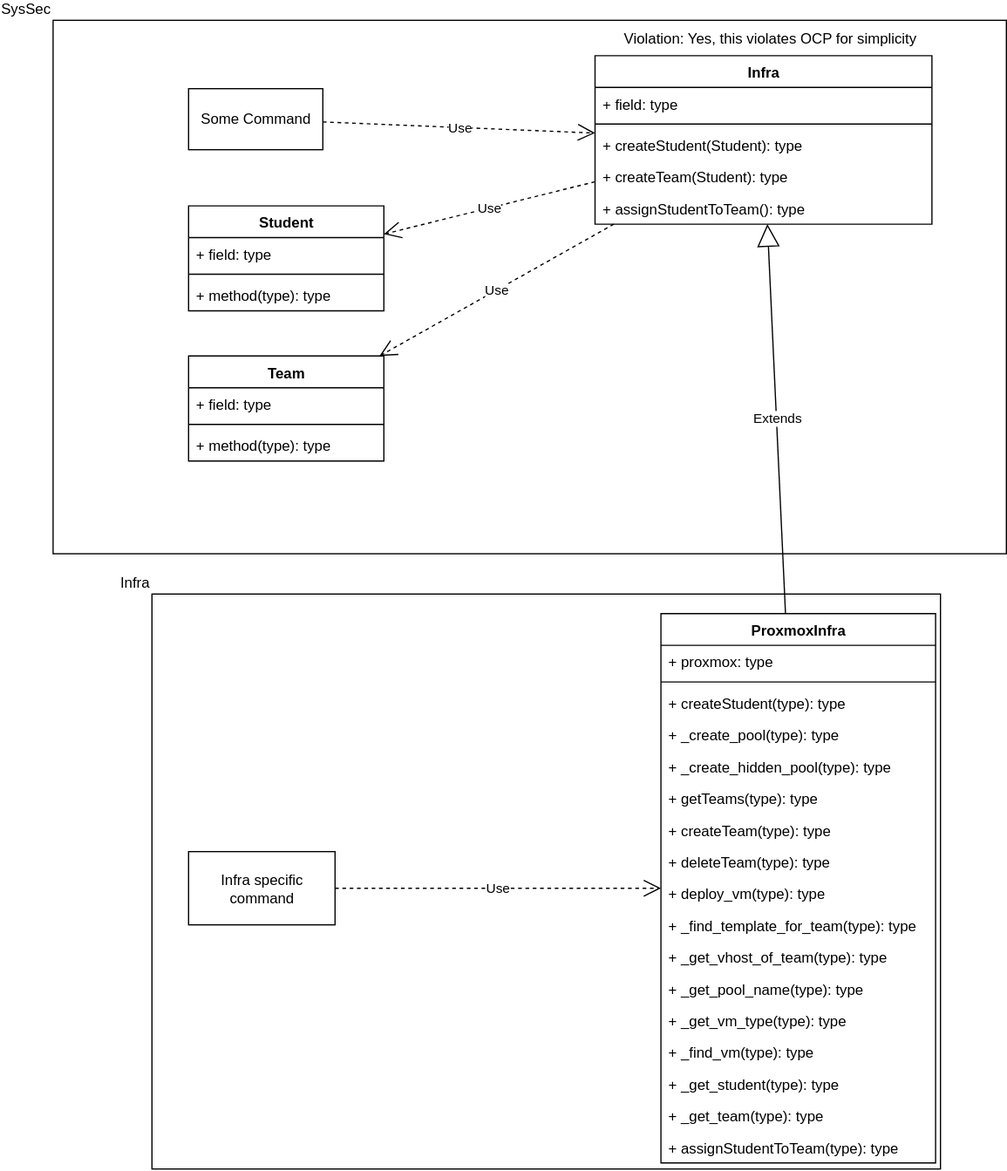
Above: diagram.svg in BlakeTnr/UBNetDefOrchestrator (draw.io), before the change. Source tidied: cells renumbered, new cells last; positions are measured from the earlier drawing's top-left corner, leaving out a move shared by most shapes.
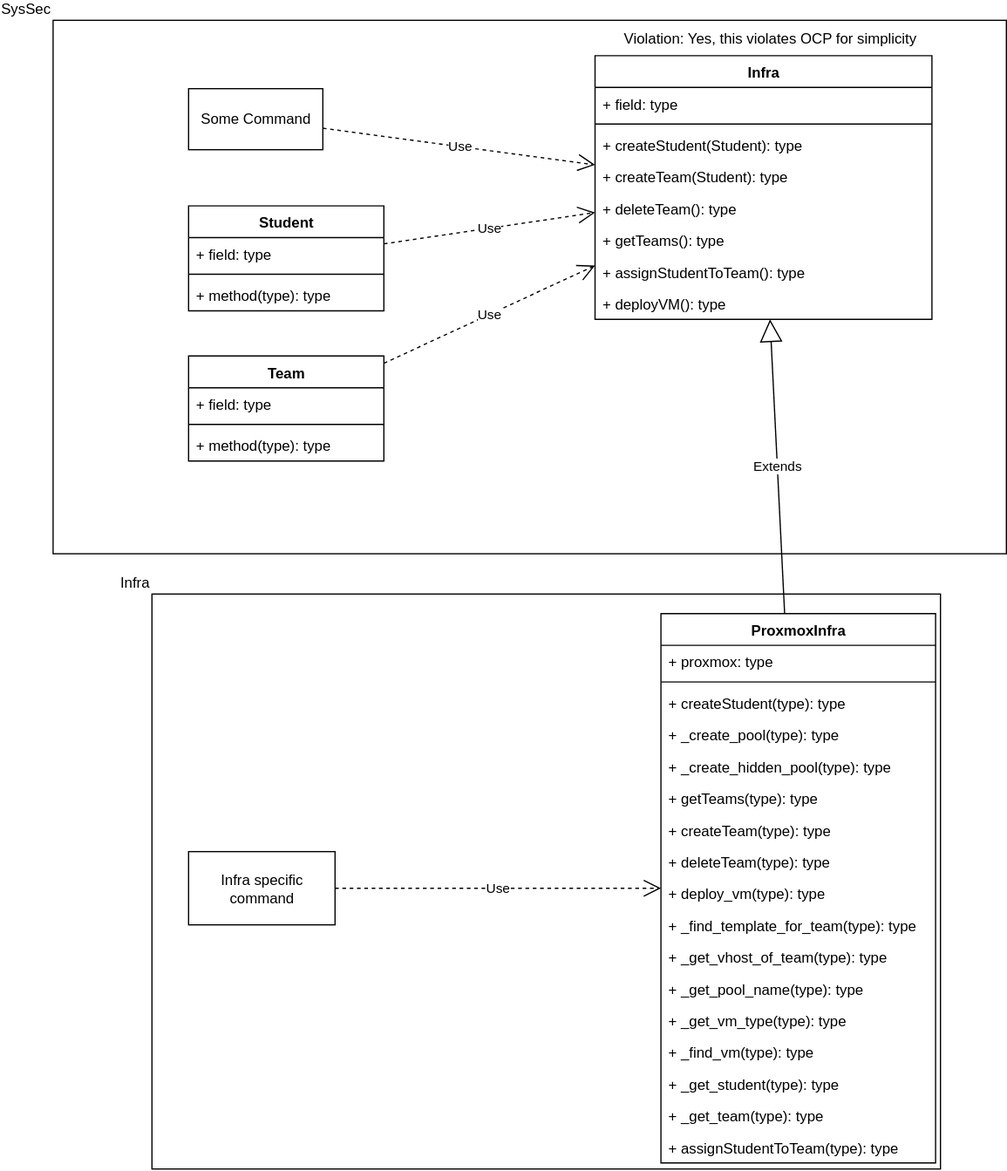
After the change.

Commit message:
Update UML reflect methods

What changed in the source:
```diff
@@ -63,7 +63,7 @@
       <mxGeometry y="424" width="225" height="26" as="geometry" />
     </mxCell>
     <mxCell id="22" value="Infra" style="swimlane;fontStyle=1;align=center;verticalAlign=top;horizontal=1;startSize=26;whiteSpace=wrap;html=1;" parent="1" vertex="1">
-      <mxGeometry x="444" y="29" width="276" height="138" as="geometry" />
+      <mxGeometry x="444" y="29" width="276" height="216" as="geometry" />
     </mxCell>
     <mxCell id="23" value="+ field: type" style="text;strokeColor=none;fillColor=none;align=left;verticalAlign=top;spacingLeft=4;spacingRight=4;overflow=hidden;whiteSpace=wrap;html=1;" parent="22" vertex="1">
       <mxGeometry y="26" width="276" height="26" as="geometry" />
@@ -77,9 +77,18 @@
     <mxCell id="26" value="+ createTeam&lt;span style=&quot;background-color: transparent; color: light-dark(rgb(0, 0, 0), rgb(255, 255, 255));&quot;&gt;(Student): type&lt;/span&gt;" style="text;strokeColor=none;fillColor=none;align=left;verticalAlign=top;spacingLeft=4;spacingRight=4;overflow=hidden;whiteSpace=wrap;html=1;" parent="22" vertex="1">
       <mxGeometry y="86" width="276" height="26" as="geometry" />
     </mxCell>
+    <mxCell id="44" value="+ deleteTeam&lt;span style=&quot;background-color: transparent; color: light-dark(rgb(0, 0, 0), rgb(255, 255, 255));&quot;&gt;(): type&lt;/span&gt;" style="text;strokeColor=none;fillColor=none;align=left;verticalAlign=top;spacingLeft=4;spacingRight=4;overflow=hidden;whiteSpace=wrap;html=1;" parent="22" vertex="1">
+      <mxGeometry y="112" width="276" height="26" as="geometry" />
+    </mxCell>
+    <mxCell id="45" value="+ getTeams&lt;span style=&quot;background-color: transparent; color: light-dark(rgb(0, 0, 0), rgb(255, 255, 255));&quot;&gt;(): type&lt;/span&gt;" style="text;strokeColor=none;fillColor=none;align=left;verticalAlign=top;spacingLeft=4;spacingRight=4;overflow=hidden;whiteSpace=wrap;html=1;" parent="22" vertex="1">
+      <mxGeometry y="138" width="276" height="26" as="geometry" />
+    </mxCell>
     <mxCell id="27" value="+ assignStudentToTeam&lt;span style=&quot;background-color: transparent; color: light-dark(rgb(0, 0, 0), rgb(255, 255, 255));&quot;&gt;(): type&lt;/span&gt;" style="text;strokeColor=none;fillColor=none;align=left;verticalAlign=top;spacingLeft=4;spacingRight=4;overflow=hidden;whiteSpace=wrap;html=1;" parent="22" vertex="1">
-      <mxGeometry y="112" width="276" height="26" as="geometry" />
+      <mxGeometry y="164" width="276" height="26" as="geometry" />
     </mxCell>
+    <mxCell id="46" value="+ deployVM&lt;span style=&quot;background-color: transparent; color: light-dark(rgb(0, 0, 0), rgb(255, 255, 255));&quot;&gt;(): type&lt;/span&gt;" style="text;strokeColor=none;fillColor=none;align=left;verticalAlign=top;spacingLeft=4;spacingRight=4;overflow=hidden;whiteSpace=wrap;html=1;" parent="22" vertex="1">
+      <mxGeometry y="190" width="276" height="26" as="geometry" />
+    </mxCell>
     <mxCell id="28" value="Some Command" style="html=1;whiteSpace=wrap;rounded=0;" parent="1" vertex="1">
       <mxGeometry x="111" y="56" width="110" height="50" as="geometry" />
     </mxCell>
@@ -119,14 +128,14 @@
     <mxCell id="40" value="Use" style="endArrow=open;endSize=12;dashed=1;html=1;rounded=0;" parent="1" edge="1" source="37" target="4">
       <mxGeometry relative="1" as="geometry" />
     </mxCell>
-    <mxCell id="41" value="Use" style="endArrow=open;endSize=12;dashed=1;html=1;rounded=0;" parent="1" edge="1" source="22" target="29">
-      <mxGeometry relative="1" as="geometry" />
-    </mxCell>
-    <mxCell id="42" value="Use" style="endArrow=open;endSize=12;dashed=1;html=1;rounded=0;" parent="1" edge="1" source="22" target="33">
+    <mxCell id="42" value="Use" style="endArrow=open;endSize=12;dashed=1;html=1;rounded=0;" parent="1" edge="1" source="33" target="22">
       <mxGeometry relative="1" as="geometry" />
     </mxCell>
     <mxCell id="43" value="Violation: Yes, this violates OCP for simplicity" style="text;html=1;align=center;verticalAlign=middle;whiteSpace=wrap;rounded=0;" parent="1" vertex="1">
       <mxGeometry x="446" width="283" height="30" as="geometry" />
     </mxCell>
+    <mxCell id="41" value="Use" style="endArrow=open;endSize=12;dashed=1;html=1;rounded=0;" parent="1" edge="1" source="29" target="22">
+      <mxGeometry relative="1" as="geometry" />
+    </mxCell>
   </root>
 </mxGraphModel>
```
